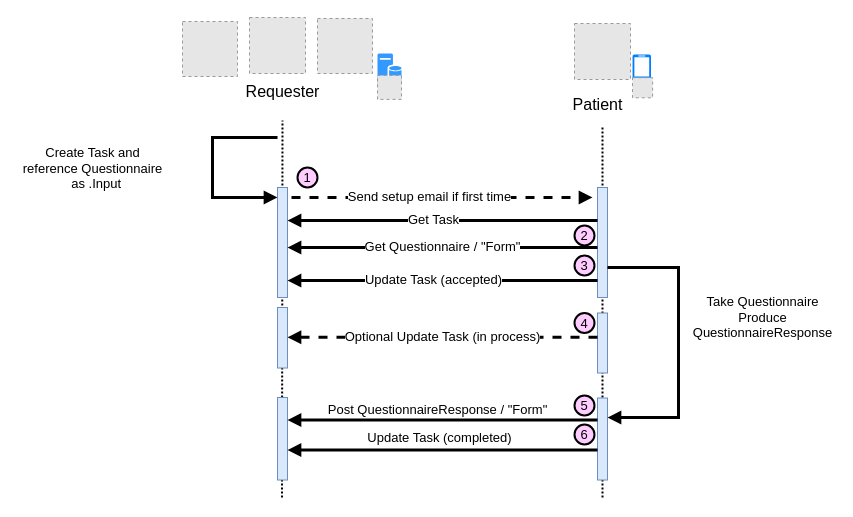
HL7/fhir-sdoh-clinicalcare keeps this draw.io diagram as Images Source/PatientQuestionnaire.drawio. Above is the earlier version. Source tidied: cells renumbered, new cells numbered last; positions are measured from the earlier drawing's top-left corner, leaving out a move shared by most shapes. Both pictures are drawn from the tidied source at 100%, with x=0, y=0 at pixel (17, 17). Pictures stored in the file or linked from it are replaced by grey dashed boxes.
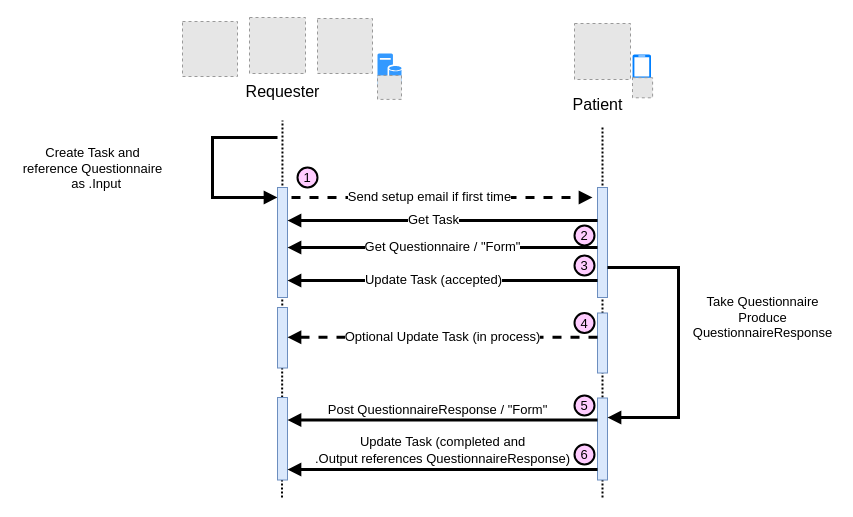
After the change.

What changed in the source:
```diff
@@
     <mxCell id="18" value="&lt;font style=&quot;font-size: 13px;&quot;&gt;&lt;br style=&quot;font-size: 13px;&quot;&gt;&lt;/font&gt;" style="html=1;verticalAlign=bottom;endArrow=block;fontSize=13;strokeWidth=3;" parent="1" edge="1">
       <mxGeometry x="0.03" y="31" relative="1" as="geometry">
-        <mxPoint x="580" y="432.5" as="sourcePoint" />
-        <mxPoint x="270" y="432.5" as="targetPoint" />
+        <mxPoint x="580" y="452" as="sourcePoint" />
+        <mxPoint x="270" y="452" as="targetPoint" />
       </mxGeometry>
     </mxCell>
@@
-    <mxCell id="22" value="&lt;span style=&quot;font-size: 13px; background-color: rgb(255, 255, 255);&quot;&gt;Update Task (completed)&lt;/span&gt;" style="text;html=1;align=center;verticalAlign=middle;strokeColor=none;fillColor=none;fontSize=13;" parent="1" vertex="1">
-      <mxGeometry x="345" y="410" width="154" height="20" as="geometry" />
-    </mxCell>
@@
     <mxCell id="27" value="6" style="ellipse;whiteSpace=wrap;html=1;fontSize=13;fillColor=#FFCCFF;fontStyle=0;strokeWidth=2;" parent="1" vertex="1">
-      <mxGeometry x="557" y="407" width="20" height="20" as="geometry" />
+      <mxGeometry x="557" y="427" width="20" height="20" as="geometry" />
     </mxCell>
@@
+    <mxCell id="40" value="&lt;span style=&quot;font-size: 13px; background-color: rgb(255, 255, 255);&quot;&gt;Update Task (completed and &lt;br&gt;.Output references QuestionnaireResponse)&lt;/span&gt;" style="text;html=1;align=center;verticalAlign=middle;strokeColor=none;fillColor=none;fontSize=14;" parent="1" vertex="1">
+      <mxGeometry x="292" y="413" width="265" height="38" as="geometry" />
+    </mxCell>
```
